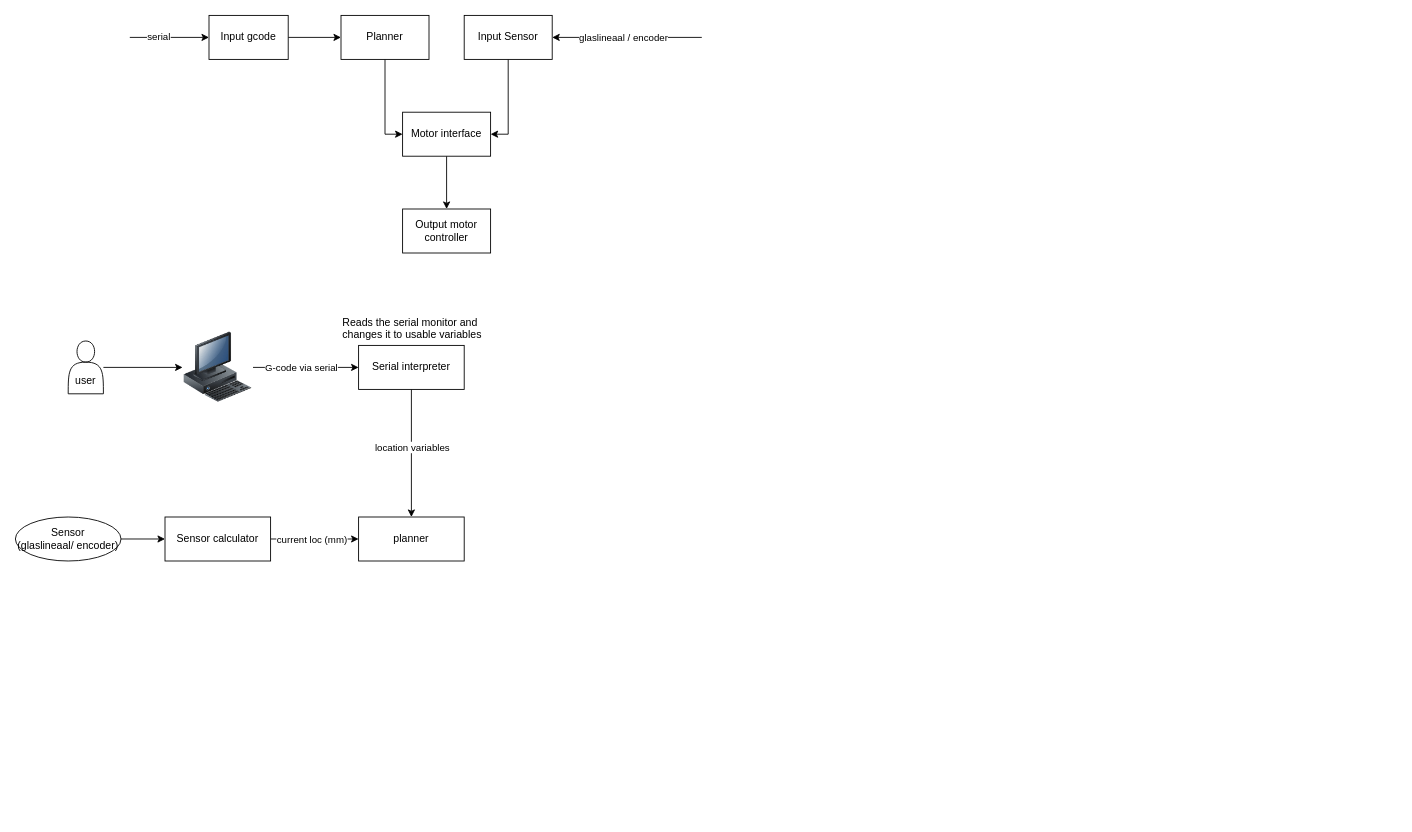
Above: page "SDI Diagram" (3 of 6) of documentatie/bronnen/diagrams.drawio in OlafGoud/Freesbank (draw.io), before the change. Source tidied: cells renumbered, new cells numbered last; positions are measured from the earlier drawing's top-left corner, leaving out a move shared by most shapes. Both pictures are drawn from the tidied source at 88%, with x=0, y=0 at pixel (15, 15).
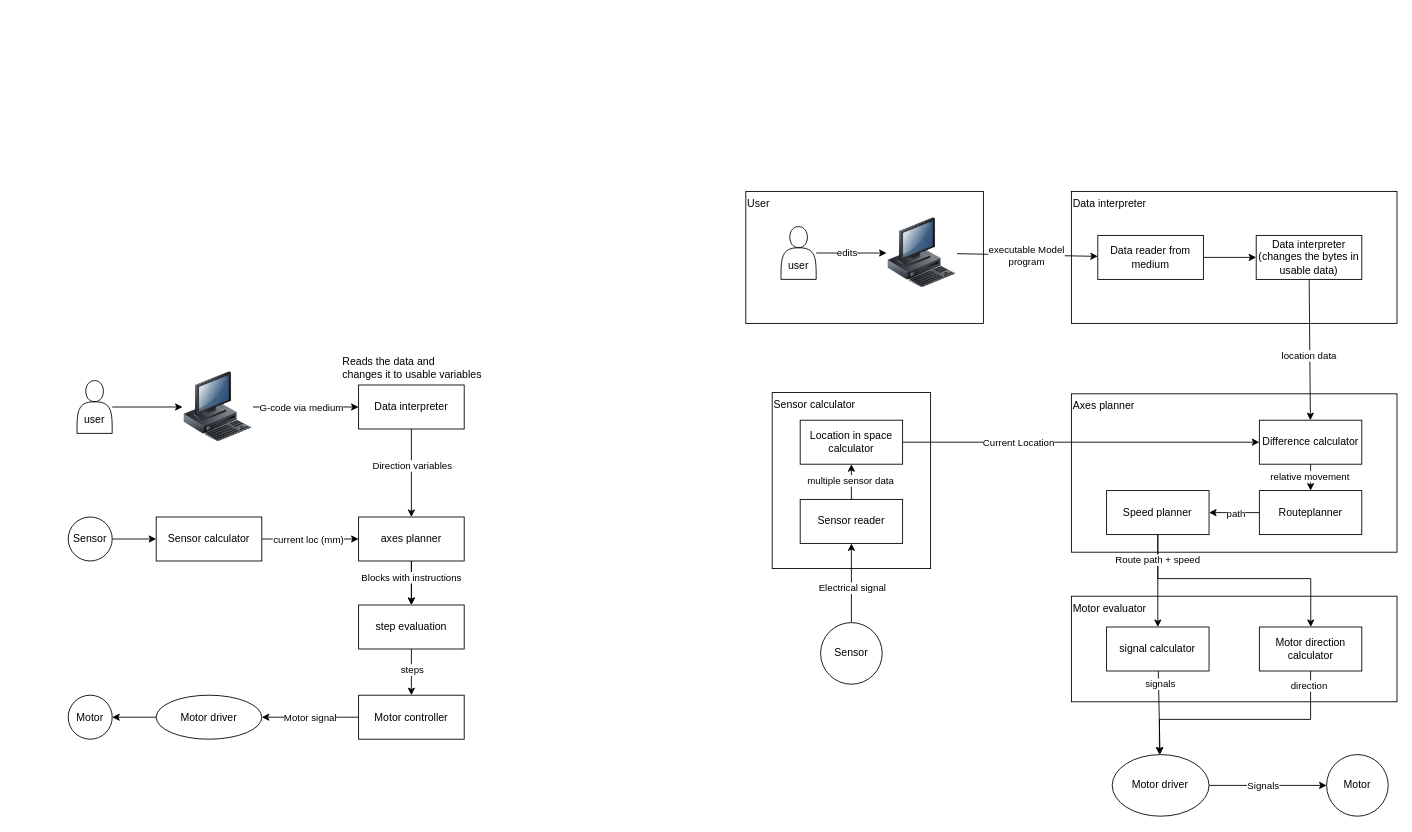
The same page after the edit.

The change refers to these unchanged cells:
```xml
<mxCell id="15" style="edgeStyle=none;html=1;" parent="1" edge="1" source="17" target="24">
  <mxGeometry relative="1" as="geometry" />
</mxCell>
<mxCell id="20" style="edgeStyle=none;html=1;" parent="1" edge="1" source="22" target="17">
  <mxGeometry relative="1" as="geometry" />
</mxCell>
```

Change to the diagram source:
```diff
@@
-    <mxCell id="2" style="edgeStyle=none;html=1;" parent="1" edge="1" source="3" target="8">
-      <mxGeometry relative="1" as="geometry" />
-    </mxCell>
-    <mxCell id="3" value="Input gcode" style="rounded=0;whiteSpace=wrap;html=1;" parent="1" vertex="1">
-      <mxGeometry x="220" width="90" height="50" as="geometry" />
-    </mxCell>
-    <mxCell id="4" value="Output motor controller" style="rounded=0;whiteSpace=wrap;html=1;" parent="1" vertex="1">
-      <mxGeometry x="440" y="220" width="100" height="50" as="geometry" />
-    </mxCell>
-    <mxCell id="5" style="edgeStyle=orthogonalEdgeStyle;html=1;rounded=0;" parent="1" edge="1" source="6" target="10">
-      <mxGeometry relative="1" as="geometry">
-        <Array as="points">
-          <mxPoint x="560" y="135" />
-        </Array>
-      </mxGeometry>
-    </mxCell>
-    <mxCell id="6" value="Input Sensor" style="rounded=0;whiteSpace=wrap;html=1;" parent="1" vertex="1">
-      <mxGeometry x="510" width="100" height="50" as="geometry" />
-    </mxCell>
-    <mxCell id="7" style="edgeStyle=orthogonalEdgeStyle;html=1;rounded=0;curved=0;" parent="1" edge="1" source="8" target="10">
-      <mxGeometry relative="1" as="geometry">
-        <Array as="points">
-          <mxPoint x="420" y="135" />
-        </Array>
-      </mxGeometry>
-    </mxCell>
-    <mxCell id="8" value="Planner" style="rounded=0;whiteSpace=wrap;html=1;" parent="1" vertex="1">
-      <mxGeometry x="370" width="100" height="50" as="geometry" />
-    </mxCell>
-    <mxCell id="9" style="edgeStyle=none;html=1;" parent="1" edge="1" source="10" target="4">
-      <mxGeometry relative="1" as="geometry" />
-    </mxCell>
-    <mxCell id="10" value="Motor interface" style="rounded=0;whiteSpace=wrap;html=1;" parent="1" vertex="1">
-      <mxGeometry x="440" y="110" width="100" height="50" as="geometry" />
-    </mxCell>
-    <mxCell id="11" style="edgeStyle=none;html=1;" parent="1" edge="1" target="3">
-      <mxGeometry relative="1" as="geometry">
-        <mxPoint x="130" y="25" as="sourcePoint" />
-      </mxGeometry>
-    </mxCell>
-    <mxCell id="12" value="serial" style="edgeLabel;html=1;align=center;verticalAlign=middle;" parent="11" vertex="1">
-      <mxGeometry x="-0.28" y="1" relative="1" as="geometry" />
-    </mxCell>
-    <mxCell id="13" style="edgeStyle=none;html=1;" parent="1" edge="1" target="6">
-      <mxGeometry relative="1" as="geometry">
-        <mxPoint x="780" y="25" as="sourcePoint" />
-      </mxGeometry>
-    </mxCell>
-    <mxCell id="14" value="glaslineaal / encoder" style="edgeLabel;html=1;align=center;verticalAlign=middle;" parent="13" vertex="1">
-      <mxGeometry y="-1" relative="1" as="geometry">
-        <mxPoint x="-5" y="1" as="offset" />
-      </mxGeometry>
-    </mxCell>
@@
-    <mxCell id="16" value="location variables" style="edgeLabel;html=1;align=center;verticalAlign=middle;" parent="15" vertex="1">
+    <mxCell id="16" value="Direction variables" style="edgeLabel;html=1;align=center;verticalAlign=middle;" parent="15" vertex="1">
       <mxGeometry x="0.06" y="-1" relative="1" as="geometry">
         <mxPoint x="1" y="-12" as="offset" />
       </mxGeometry>
     </mxCell>
-    <mxCell id="17" value="Serial interpreter" style="rounded=0;whiteSpace=wrap;html=1;" parent="1" vertex="1">
-      <mxGeometry x="390" y="375" width="120" height="50" as="geometry" />
+    <mxCell id="17" value="Data interpreter" style="rounded=0;whiteSpace=wrap;html=1;" parent="1" vertex="1">
+      <mxGeometry x="390" y="420" width="120" height="50" as="geometry" />
     </mxCell>
@@
     <mxCell id="19" value="&lt;div&gt;&lt;br&gt;&lt;/div&gt;&lt;div&gt;&lt;br&gt;&lt;/div&gt;user" style="shape=actor;whiteSpace=wrap;html=1;" parent="1" vertex="1">
-      <mxGeometry x="60" y="370" width="40" height="60" as="geometry" />
+      <mxGeometry x="70" y="415" width="40" height="60" as="geometry" />
     </mxCell>
@@
-    <mxCell id="21" value="G-code via serial" style="edgeLabel;html=1;align=center;verticalAlign=middle;" parent="20" vertex="1">
+    <mxCell id="21" value="G-code via medium" style="edgeLabel;html=1;align=center;verticalAlign=middle;" parent="20" vertex="1">
       <mxGeometry x="-0.01" y="-1" relative="1" as="geometry">
         <mxPoint x="-5" y="-1" as="offset" />
       </mxGeometry>
     </mxCell>
     <mxCell id="22" style="image;html=1;image=img/lib/clip_art/computers/Workstation_128x128.png;" parent="1" vertex="1">
-      <mxGeometry x="190" y="360" width="80" height="80" as="geometry" />
+      <mxGeometry x="190" y="405" width="80" height="80" as="geometry" />
     </mxCell>
-    <mxCell id="23" value="Reads the serial monitor and&amp;nbsp;&lt;div&gt;&lt;font style=&quot;color: light-dark(rgb(0, 0, 0), rgb(255, 255, 255));&quot;&gt;changes it to usable variables&lt;/font&gt;&lt;/div&gt;" style="text;html=1;align=left;verticalAlign=top;strokeColor=none;fillColor=none;" parent="1" vertex="1">
-      <mxGeometry x="370" y="335" width="180" height="40" as="geometry" />
+    <mxCell id="23" value="Reads the data and&amp;nbsp;&lt;div&gt;&lt;font style=&quot;color: light-dark(rgb(0, 0, 0), rgb(255, 255, 255));&quot;&gt;changes it to usable variables&lt;/font&gt;&lt;/div&gt;" style="text;html=1;align=left;verticalAlign=top;strokeColor=none;fillColor=none;" parent="1" vertex="1">
+      <mxGeometry x="370" y="380" width="180" height="40" as="geometry" />
     </mxCell>
+    <mxCell id="30" style="edgeStyle=none;html=1;" parent="1" edge="1" source="24" target="35">
+      <mxGeometry relative="1" as="geometry" />
+    </mxCell>
+    <mxCell id="31" style="edgeStyle=none;html=1;" parent="1" edge="1" source="24" target="35">
+      <mxGeometry relative="1" as="geometry" />
+    </mxCell>
+    <mxCell id="32" value="Blocks with instructions" style="edgeLabel;html=1;align=center;verticalAlign=middle;" parent="31" vertex="1">
+      <mxGeometry x="-0.27" y="-1" relative="1" as="geometry" />
+    </mxCell>
-    <mxCell id="24" value="planner" style="rounded=0;whiteSpace=wrap;html=1;" parent="1" vertex="1">
+    <mxCell id="24" value="axes planner" style="rounded=0;whiteSpace=wrap;html=1;" parent="1" vertex="1">
       <mxGeometry x="390" y="570" width="120" height="50" as="geometry" />
     </mxCell>
@@
     <mxCell id="27" value="Sensor calculator" style="rounded=0;whiteSpace=wrap;html=1;" parent="1" vertex="1">
-      <mxGeometry x="170" y="570" width="120" height="50" as="geometry" />
+      <mxGeometry x="160" y="570" width="120" height="50" as="geometry" />
     </mxCell>
@@
-    <mxCell id="29" value="Sensor&lt;br&gt;(glaslineaal/ encoder)" style="ellipse;whiteSpace=wrap;html=1;" parent="1" vertex="1">
-      <mxGeometry y="570" width="120" height="50" as="geometry" />
+    <mxCell id="29" value="Sensor" style="ellipse;whiteSpace=wrap;html=1;" parent="1" vertex="1">
+      <mxGeometry x="60" y="570" width="50" height="50" as="geometry" />
     </mxCell>
+    <mxCell id="33" style="edgeStyle=none;html=1;" parent="1" edge="1" source="35" target="38">
+      <mxGeometry relative="1" as="geometry" />
+    </mxCell>
+    <mxCell id="34" value="steps" style="edgeLabel;html=1;align=center;verticalAlign=middle;" parent="33" vertex="1">
+      <mxGeometry x="-0.11" relative="1" as="geometry" />
+    </mxCell>
+    <mxCell id="35" value="step evaluation" style="rounded=0;whiteSpace=wrap;html=1;" parent="1" vertex="1">
+      <mxGeometry x="390" y="670" width="120" height="50" as="geometry" />
+    </mxCell>
+    <mxCell id="36" style="edgeStyle=none;html=1;" parent="1" edge="1" source="38" target="41">
+      <mxGeometry relative="1" as="geometry" />
+    </mxCell>
+    <mxCell id="37" value="Motor signal" style="edgeLabel;html=1;align=center;verticalAlign=middle;" parent="36" vertex="1">
+      <mxGeometry x="0.01" relative="1" as="geometry" />
+    </mxCell>
+    <mxCell id="38" value="Motor controller" style="rounded=0;whiteSpace=wrap;html=1;" parent="1" vertex="1">
+      <mxGeometry x="390" y="772.5" width="120" height="50" as="geometry" />
+    </mxCell>
+    <mxCell id="39" style="edgeStyle=none;html=1;" parent="1" edge="1" source="41" target="40">
+      <mxGeometry relative="1" as="geometry" />
+    </mxCell>
+    <mxCell id="40" value="Motor" style="ellipse;whiteSpace=wrap;html=1;" parent="1" vertex="1">
+      <mxGeometry x="60" y="772.5" width="50" height="50" as="geometry" />
+    </mxCell>
+    <mxCell id="41" value="Motor driver" style="ellipse;whiteSpace=wrap;html=1;" parent="1" vertex="1">
+      <mxGeometry x="160" y="772.5" width="120" height="50" as="geometry" />
+    </mxCell>
+    <mxCell id="42" style="group;" parent="1" vertex="1">
+      <mxGeometry x="1200" y="200" width="370" height="150" as="geometry" />
+    </mxCell>
+    <mxCell id="43" value="Data interpreter" style="rounded=0;whiteSpace=wrap;html=1;align=left;verticalAlign=top;" parent="42" vertex="1">
+      <mxGeometry width="370" height="150" as="geometry" />
+    </mxCell>
+    <mxCell id="44" style="edgeStyle=none;html=1;" parent="42" edge="1" source="45" target="46">
+      <mxGeometry relative="1" as="geometry" />
+    </mxCell>
+    <mxCell id="45" value="Data reader from medium" style="rounded=0;whiteSpace=wrap;html=1;" parent="42" vertex="1">
+      <mxGeometry x="30" y="50" width="120" height="50" as="geometry" />
+    </mxCell>
+    <mxCell id="46" value="Data interpreter&lt;br&gt;(changes the bytes in usable data)" style="rounded=0;whiteSpace=wrap;html=1;" parent="42" vertex="1">
+      <mxGeometry x="210" y="50" width="120" height="50" as="geometry" />
+    </mxCell>
+    <mxCell id="47" style="group;" parent="1" vertex="1">
+      <mxGeometry x="830" y="200" width="270" height="150" as="geometry" />
+    </mxCell>
+    <mxCell id="48" value="User" style="rounded=0;whiteSpace=wrap;html=1;align=left;verticalAlign=top;" parent="47" vertex="1">
+      <mxGeometry width="270" height="150" as="geometry" />
+    </mxCell>
+    <mxCell id="49" style="edgeStyle=none;html=1;" parent="47" edge="1" source="51" target="52">
+      <mxGeometry relative="1" as="geometry" />
+    </mxCell>
+    <mxCell id="50" value="edits" style="edgeLabel;html=1;align=center;verticalAlign=middle;" parent="49" vertex="1">
+      <mxGeometry x="-0.14" y="1" relative="1" as="geometry" />
+    </mxCell>
+    <mxCell id="51" value="&lt;div&gt;&lt;br&gt;&lt;/div&gt;&lt;div&gt;&lt;br&gt;&lt;/div&gt;user" style="shape=actor;whiteSpace=wrap;html=1;" parent="47" vertex="1">
+      <mxGeometry x="40" y="40" width="40" height="60" as="geometry" />
+    </mxCell>
+    <mxCell id="52" style="image;html=1;image=img/lib/clip_art/computers/Workstation_128x128.png;" parent="47" vertex="1">
+      <mxGeometry x="160" y="30" width="80" height="80" as="geometry" />
+    </mxCell>
+    <mxCell id="53" style="edgeStyle=none;html=1;" parent="1" edge="1" source="52" target="45">
+      <mxGeometry relative="1" as="geometry" />
+    </mxCell>
+    <mxCell id="54" value="executable Model&lt;br&gt;program" style="edgeLabel;html=1;align=center;verticalAlign=middle;" parent="53" vertex="1">
+      <mxGeometry x="-0.11" relative="1" as="geometry">
+        <mxPoint x="8" as="offset" />
+      </mxGeometry>
+    </mxCell>
+    <mxCell id="55" value="Axes planner" style="rounded=0;whiteSpace=wrap;html=1;align=left;verticalAlign=top;" parent="1" vertex="1">
+      <mxGeometry x="1200" y="430" width="370" height="180" as="geometry" />
+    </mxCell>
+    <mxCell id="56" style="edgeStyle=none;html=1;" parent="1" edge="1" source="58" target="61">
+      <mxGeometry relative="1" as="geometry" />
+    </mxCell>
+    <mxCell id="57" value="relative movement" style="edgeLabel;html=1;align=center;verticalAlign=middle;" parent="56" vertex="1">
+      <mxGeometry x="-0.11" y="-1" relative="1" as="geometry" />
+    </mxCell>
+    <mxCell id="58" value="Difference calculator" style="rounded=0;whiteSpace=wrap;html=1;" parent="1" vertex="1">
+      <mxGeometry x="1413.6" y="460" width="116.4" height="50" as="geometry" />
+    </mxCell>
+    <mxCell id="59" style="edgeStyle=none;html=1;" parent="1" edge="1" source="61" target="62">
+      <mxGeometry relative="1" as="geometry" />
+    </mxCell>
+    <mxCell id="60" value="path" style="edgeLabel;html=1;align=center;verticalAlign=middle;" parent="59" vertex="1">
+      <mxGeometry x="-0.06" y="1" relative="1" as="geometry" />
+    </mxCell>
+    <mxCell id="61" value="Routeplanner" style="rounded=0;whiteSpace=wrap;html=1;" parent="1" vertex="1">
+      <mxGeometry x="1413.6" y="540" width="116.4" height="50" as="geometry" />
+    </mxCell>
+    <mxCell id="62" value="Speed planner" style="rounded=0;whiteSpace=wrap;html=1;" parent="1" vertex="1">
+      <mxGeometry x="1240" y="540" width="116.4" height="50" as="geometry" />
+    </mxCell>
+    <mxCell id="63" style="edgeStyle=none;html=1;" parent="1" edge="1" source="46" target="58">
+      <mxGeometry relative="1" as="geometry" />
+    </mxCell>
+    <mxCell id="64" value="location data" style="edgeLabel;html=1;align=center;verticalAlign=middle;" parent="63" vertex="1">
+      <mxGeometry x="0.07" y="-1" relative="1" as="geometry" />
+    </mxCell>
+    <mxCell id="65" value="Sensor calculator" style="rounded=0;whiteSpace=wrap;html=1;align=left;verticalAlign=top;" parent="1" vertex="1">
+      <mxGeometry x="860" y="428.6" width="180" height="200" as="geometry" />
+    </mxCell>
+    <mxCell id="66" style="edgeStyle=none;html=1;" parent="1" edge="1" source="68" target="71">
+      <mxGeometry relative="1" as="geometry" />
+    </mxCell>
+    <mxCell id="67" value="multiple sensor data" style="edgeLabel;html=1;align=center;verticalAlign=middle;" parent="66" vertex="1">
+      <mxGeometry x="0.08" y="2" relative="1" as="geometry" />
+    </mxCell>
+    <mxCell id="68" value="Sensor reader" style="rounded=0;whiteSpace=wrap;html=1;" parent="1" vertex="1">
+      <mxGeometry x="891.8" y="550" width="116.4" height="50" as="geometry" />
+    </mxCell>
+    <mxCell id="69" style="edgeStyle=none;html=1;" parent="1" edge="1" source="71" target="58">
+      <mxGeometry relative="1" as="geometry" />
+    </mxCell>
+    <mxCell id="70" value="Current Location" style="edgeLabel;html=1;align=center;verticalAlign=middle;" parent="69" vertex="1">
+      <mxGeometry x="-0.22" y="1" relative="1" as="geometry">
+        <mxPoint x="-27" y="1" as="offset" />
+      </mxGeometry>
+    </mxCell>
+    <mxCell id="71" value="Location in space calculator" style="rounded=0;whiteSpace=wrap;html=1;" parent="1" vertex="1">
+      <mxGeometry x="891.8" y="460" width="116.4" height="50" as="geometry" />
+    </mxCell>
+    <mxCell id="72" style="edgeStyle=none;html=1;" parent="1" edge="1" source="74" target="68">
+      <mxGeometry relative="1" as="geometry" />
+    </mxCell>
+    <mxCell id="73" value="Electrical signal" style="edgeLabel;html=1;align=center;verticalAlign=middle;" parent="72" vertex="1">
+      <mxGeometry x="-0.12" relative="1" as="geometry" />
+    </mxCell>
+    <mxCell id="74" value="Sensor" style="ellipse;whiteSpace=wrap;html=1;" parent="1" vertex="1">
+      <mxGeometry x="915" y="690" width="70" height="70" as="geometry" />
+    </mxCell>
+    <mxCell id="75" value="Motor evaluator&lt;div&gt;&lt;br&gt;&lt;/div&gt;" style="rounded=0;whiteSpace=wrap;html=1;align=left;verticalAlign=top;" parent="1" vertex="1">
+      <mxGeometry x="1200" y="660" width="370" height="120" as="geometry" />
+    </mxCell>
+    <mxCell id="76" style="edgeStyle=none;html=1;" parent="1" edge="1" source="78" target="87">
+      <mxGeometry relative="1" as="geometry" />
+    </mxCell>
+    <mxCell id="77" value="signals" style="edgeLabel;html=1;align=center;verticalAlign=middle;" parent="76" vertex="1">
+      <mxGeometry x="0.19" relative="1" as="geometry">
+        <mxPoint x="1" y="-42" as="offset" />
+      </mxGeometry>
+    </mxCell>
+    <mxCell id="78" value="signal calculator" style="rounded=0;whiteSpace=wrap;html=1;" parent="1" vertex="1">
+      <mxGeometry x="1240" y="695" width="116.4" height="50" as="geometry" />
+    </mxCell>
+    <mxCell id="79" style="edgeStyle=orthogonalEdgeStyle;html=1;rounded=0;curved=0;" parent="1" edge="1" source="81" target="87">
+      <mxGeometry relative="1" as="geometry">
+        <Array as="points">
+          <mxPoint x="1472" y="800" />
+          <mxPoint x="1300" y="800" />
+        </Array>
+      </mxGeometry>
+    </mxCell>
+    <mxCell id="80" value="direction" style="edgeLabel;html=1;align=center;verticalAlign=middle;" parent="79" vertex="1">
+      <mxGeometry x="-0.88" y="-2" relative="1" as="geometry" />
+    </mxCell>
+    <mxCell id="81" value="Motor direction calculator" style="rounded=0;whiteSpace=wrap;html=1;" parent="1" vertex="1">
+      <mxGeometry x="1413.6" y="695" width="116.4" height="50" as="geometry" />
+    </mxCell>
+    <mxCell id="82" style="edgeStyle=orthogonalEdgeStyle;html=1;rounded=0;" parent="1" edge="1" source="62" target="78">
+      <mxGeometry relative="1" as="geometry" />
+    </mxCell>
+    <mxCell id="83" style="edgeStyle=orthogonalEdgeStyle;html=1;rounded=0;curved=0;" parent="1" edge="1" source="62" target="81">
+      <mxGeometry relative="1" as="geometry">
+        <Array as="points">
+          <mxPoint x="1298" y="640" />
+          <mxPoint x="1472" y="640" />
+        </Array>
+      </mxGeometry>
+    </mxCell>
+    <mxCell id="84" value="Route path + speed" style="edgeLabel;html=1;align=center;verticalAlign=middle;" parent="83" vertex="1">
+      <mxGeometry x="-0.8" y="-1" relative="1" as="geometry" />
+    </mxCell>
+    <mxCell id="85" style="edgeStyle=none;html=1;entryX=0;entryY=0.5;entryDx=0;entryDy=0;" parent="1" edge="1" source="87" target="88">
+      <mxGeometry relative="1" as="geometry" />
+    </mxCell>
+    <mxCell id="86" value="Signals" style="edgeLabel;html=1;align=center;verticalAlign=middle;" parent="85" vertex="1">
+      <mxGeometry x="-0.23" y="2" relative="1" as="geometry">
+        <mxPoint x="10" y="2" as="offset" />
+      </mxGeometry>
+    </mxCell>
+    <mxCell id="87" value="Motor driver" style="ellipse;whiteSpace=wrap;html=1;" parent="1" vertex="1">
+      <mxGeometry x="1246.4" y="840" width="110" height="70" as="geometry" />
+    </mxCell>
+    <mxCell id="88" value="Motor" style="ellipse;whiteSpace=wrap;html=1;" parent="1" vertex="1">
+      <mxGeometry x="1490" y="840" width="70" height="70" as="geometry" />
+    </mxCell>
```
